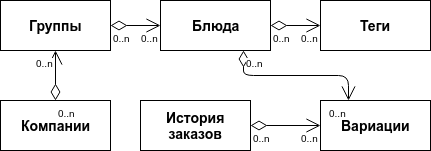
The draw.io diagram images/database.png in jokly/bachelor-thesis-2019, before a commit. Source tidied: cells renumbered, new cells last; positions are measured from the earlier drawing's top-left corner, leaving out a move shared by most shapes.
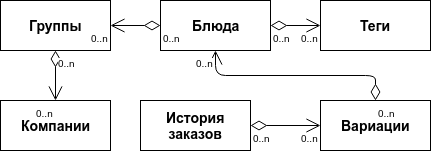
The same file after the commit.

What changed in the source:
```diff
@@ -11,7 +11,7 @@
     <mxCell id="4" value="&lt;b&gt;&lt;font style=&quot;font-size: 14px&quot;&gt;Блюда&lt;br&gt;&lt;/font&gt;&lt;/b&gt;" style="html=1;" parent="1" vertex="1">
       <mxGeometry x="160" width="110" height="50" as="geometry" />
     </mxCell>
-    <mxCell id="5" style="endArrow=open;html=1;endSize=12;startArrow=diamondThin;startSize=14;startFill=0;edgeStyle=orthogonalEdgeStyle;exitX=0.5;exitY=0;exitDx=0;exitDy=0;entryX=0.5;entryY=1;entryDx=0;entryDy=0;" parent="1" edge="1" source="2" target="3">
+    <mxCell id="5" style="endArrow=open;html=1;endSize=12;startArrow=diamondThin;startSize=14;startFill=0;edgeStyle=orthogonalEdgeStyle;entryX=0.5;entryY=0;entryDx=0;entryDy=0;exitX=0.5;exitY=1;exitDx=0;exitDy=0;" parent="1" edge="1" source="3" target="2">
       <mxGeometry relative="1" as="geometry" />
     </mxCell>
     <mxCell id="6" value="0..n" style="html=1;align=left;verticalAlign=top;labelBackgroundColor=#ffffff;fontSize=10;" parent="5" vertex="1">
@@ -20,7 +20,7 @@
     <mxCell id="7" value="0..n&lt;br&gt;" style="html=1;align=right;verticalAlign=top;labelBackgroundColor=#ffffff;fontSize=10;" parent="5" vertex="1">
       <mxGeometry x="1" relative="1" as="geometry" />
     </mxCell>
-    <mxCell id="8" style="endArrow=open;html=1;endSize=12;startArrow=diamondThin;startSize=14;startFill=0;edgeStyle=orthogonalEdgeStyle;exitX=1;exitY=0.5;exitDx=0;exitDy=0;entryX=0;entryY=0.5;entryDx=0;entryDy=0;" parent="1" edge="1" source="3" target="4">
+    <mxCell id="8" style="endArrow=open;html=1;endSize=12;startArrow=diamondThin;startSize=14;startFill=0;edgeStyle=orthogonalEdgeStyle;exitX=0;exitY=0.5;exitDx=0;exitDy=0;entryX=1;entryY=0.5;entryDx=0;entryDy=0;" parent="1" edge="1" source="4" target="3">
       <mxGeometry relative="1" as="geometry" />
     </mxCell>
     <mxCell id="9" value="0..n" style="html=1;align=left;verticalAlign=top;labelBackgroundColor=#ffffff;fontSize=10;" parent="8" vertex="1">
@@ -35,7 +35,7 @@
     <mxCell id="12" value="&lt;b&gt;&lt;font style=&quot;font-size: 14px&quot;&gt;Вариации&lt;br&gt;&lt;/font&gt;&lt;/b&gt;" style="html=1;" parent="1" vertex="1">
       <mxGeometry x="320" y="100" width="110" height="50" as="geometry" />
     </mxCell>
-    <mxCell id="13" style="endArrow=open;html=1;endSize=12;startArrow=diamondThin;startSize=14;startFill=0;edgeStyle=orthogonalEdgeStyle;entryX=0.25;entryY=0;entryDx=0;entryDy=0;exitX=0.75;exitY=1;exitDx=0;exitDy=0;" parent="1" edge="1" source="4" target="12">
+    <mxCell id="13" style="endArrow=open;html=1;endSize=12;startArrow=diamondThin;startSize=14;startFill=0;edgeStyle=orthogonalEdgeStyle;entryX=0.5;entryY=1;entryDx=0;entryDy=0;exitX=0.5;exitY=0;exitDx=0;exitDy=0;" parent="1" edge="1" source="12" target="4">
       <mxGeometry relative="1" as="geometry" />
     </mxCell>
     <mxCell id="14" value="0..n" style="html=1;align=left;verticalAlign=top;labelBackgroundColor=#ffffff;fontSize=10;" parent="13" vertex="1">
@@ -56,8 +56,10 @@
     <mxCell id="19" value="&lt;b&gt;&lt;font style=&quot;font-size: 14px&quot;&gt;История&lt;br&gt;заказов&lt;br&gt;&lt;/font&gt;&lt;/b&gt;" style="html=1;" parent="1" vertex="1">
       <mxGeometry x="140" y="100" width="110" height="50" as="geometry" />
     </mxCell>
-    <mxCell id="20" style="endArrow=open;html=1;endSize=12;startArrow=diamondThin;startSize=14;startFill=0;edgeStyle=orthogonalEdgeStyle;exitX=1;exitY=0.5;exitDx=0;exitDy=0;entryX=0;entryY=0.5;entryDx=0;entryDy=0;" parent="1" edge="1" source="19" target="12">
-      <mxGeometry relative="1" as="geometry" />
+    <mxCell id="20" style="endArrow=open;html=1;endSize=12;startArrow=diamondThin;startSize=14;startFill=0;edgeStyle=orthogonalEdgeStyle;entryX=0;entryY=0.5;entryDx=0;entryDy=0;" parent="1" edge="1" target="12">
+      <mxGeometry relative="1" as="geometry">
+        <mxPoint x="250" y="125" as="sourcePoint" />
+      </mxGeometry>
     </mxCell>
     <mxCell id="21" value="0..n" style="html=1;align=left;verticalAlign=top;labelBackgroundColor=#ffffff;fontSize=10;" parent="20" vertex="1">
       <mxGeometry x="-1" relative="1" as="geometry" />
```
